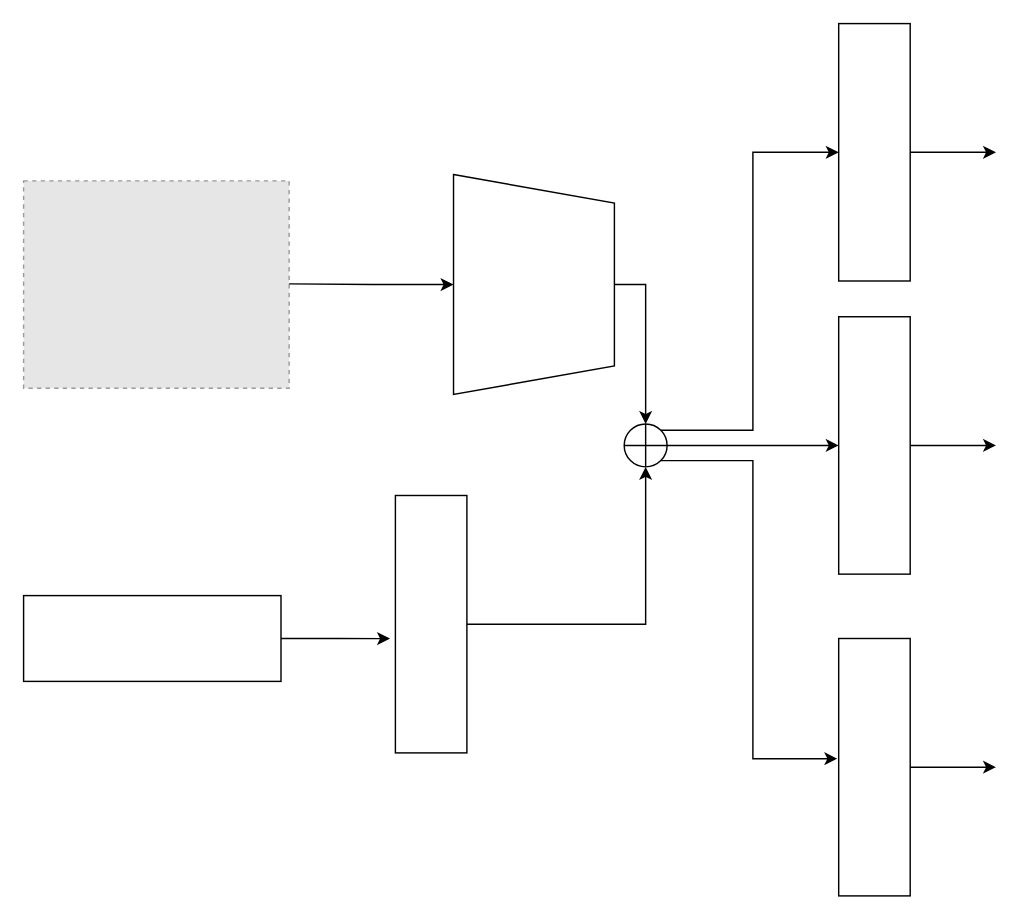
Before: Untitled Diagram.drawio in j-thapa/lesaratte, a draw.io diagram. Source tidied: cells renumbered, new cells numbered last; positions are measured from the earlier drawing's top-left corner, leaving out a move shared by most shapes. Both pictures are drawn from the tidied source at 143%, with x=0, y=0 at pixel (23, 23). Pictures stored in the file or linked from it are replaced by grey dashed boxes.
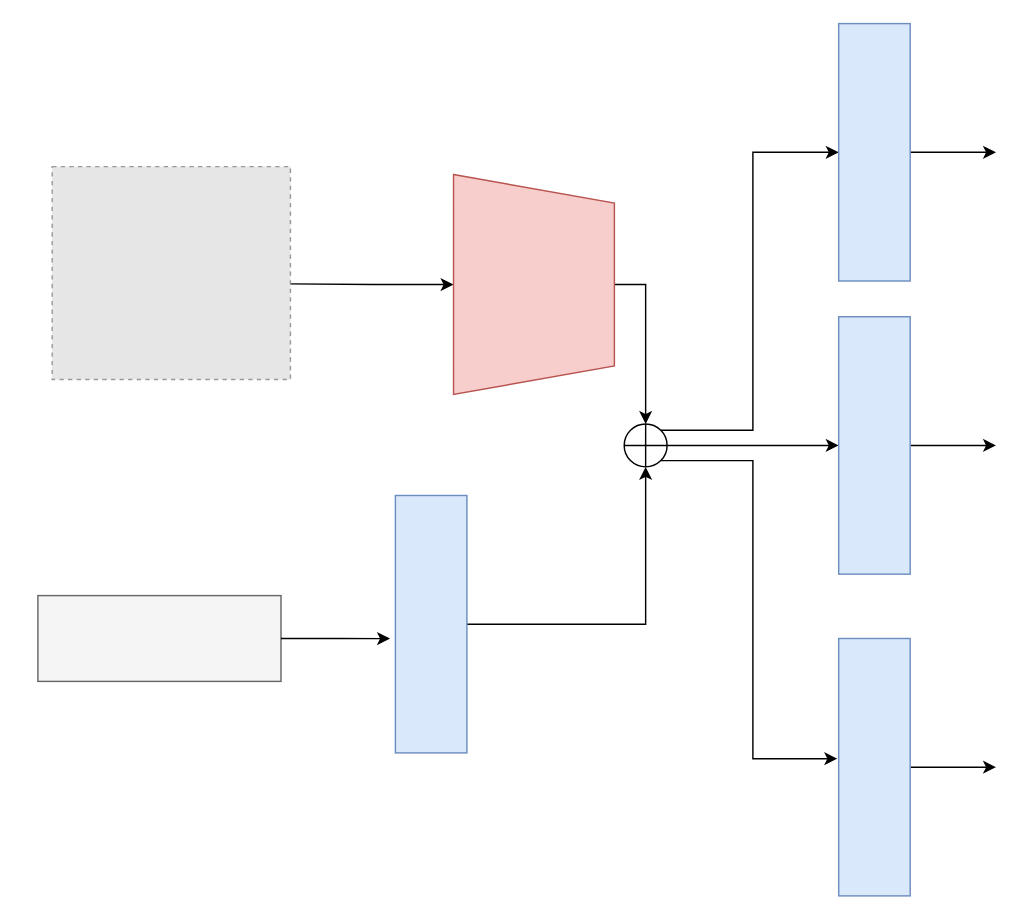
The same page after the edit.

What changed in the source:
```diff
@@
-    <mxCell id="2" style="fillColor=#E6E6E6;strokeColor=#999999;dashed=1;verticalLabelPosition=bottom;labelBackgroundColor=default;verticalAlign=top;" parent="1" vertex="1">
-      <mxGeometry y="110" width="185.7" height="145" as="geometry" />
-    </mxCell>
@@
-    <mxCell id="4" style="rounded=0;whiteSpace=wrap;html=1;" parent="1" vertex="1">
-      <mxGeometry y="400" width="180" height="60" as="geometry" />
+    <mxCell id="4" style="rounded=0;whiteSpace=wrap;html=1;fillColor=#f5f5f5;fontColor=#333333;strokeColor=#666666;" parent="1" vertex="1">
+      <mxGeometry x="10" y="400" width="170" height="60" as="geometry" />
     </mxCell>
@@
-    <mxCell id="6" style="rounded=0;whiteSpace=wrap;html=1;" parent="1" vertex="1">
+    <mxCell id="6" style="rounded=0;whiteSpace=wrap;html=1;fillColor=#dae8fc;strokeColor=#6c8ebf;" parent="1" vertex="1">
       <mxGeometry x="260" y="330" width="50" height="180" as="geometry" />
     </mxCell>
@@
-    <mxCell id="13" style="rounded=0;whiteSpace=wrap;html=1;" parent="1" vertex="1">
+    <mxCell id="13" style="rounded=0;whiteSpace=wrap;html=1;fillColor=#dae8fc;strokeColor=#6c8ebf;" parent="1" vertex="1">
       <mxGeometry x="570" width="50" height="180" as="geometry" />
     </mxCell>
@@
-    <mxCell id="15" style="rounded=0;whiteSpace=wrap;html=1;" parent="1" vertex="1">
+    <mxCell id="15" style="rounded=0;whiteSpace=wrap;html=1;fillColor=#dae8fc;strokeColor=#6c8ebf;" parent="1" vertex="1">
       <mxGeometry x="570" y="430" width="50" height="180" as="geometry" />
     </mxCell>
@@
-    <mxCell id="17" style="rounded=0;whiteSpace=wrap;html=1;" parent="1" vertex="1">
+    <mxCell id="17" style="rounded=0;whiteSpace=wrap;html=1;fillColor=#dae8fc;strokeColor=#6c8ebf;" parent="1" vertex="1">
       <mxGeometry x="570" y="205" width="50" height="180" as="geometry" />
     </mxCell>
@@
-    <mxCell id="19" style="shape=trapezoid;perimeter=trapezoidPerimeter;whiteSpace=wrap;html=1;fixedSize=1;rotation=90;" parent="1" vertex="1">
+    <mxCell id="19" style="shape=trapezoid;perimeter=trapezoidPerimeter;whiteSpace=wrap;html=1;fixedSize=1;rotation=90;fillColor=#f8cecc;strokeColor=#b85450;" parent="1" vertex="1">
       <mxGeometry x="280" y="126.2" width="153.8" height="112.5" as="geometry" />
     </mxCell>
+    <mxCell id="20" style="fillColor=#E6E6E6;strokeColor=#999999;dashed=1;verticalLabelPosition=bottom;labelBackgroundColor=default;verticalAlign=top;" parent="1" vertex="1">
+      <mxGeometry x="20" y="100" width="166.6" height="148.9" as="geometry" />
+    </mxCell>
```
